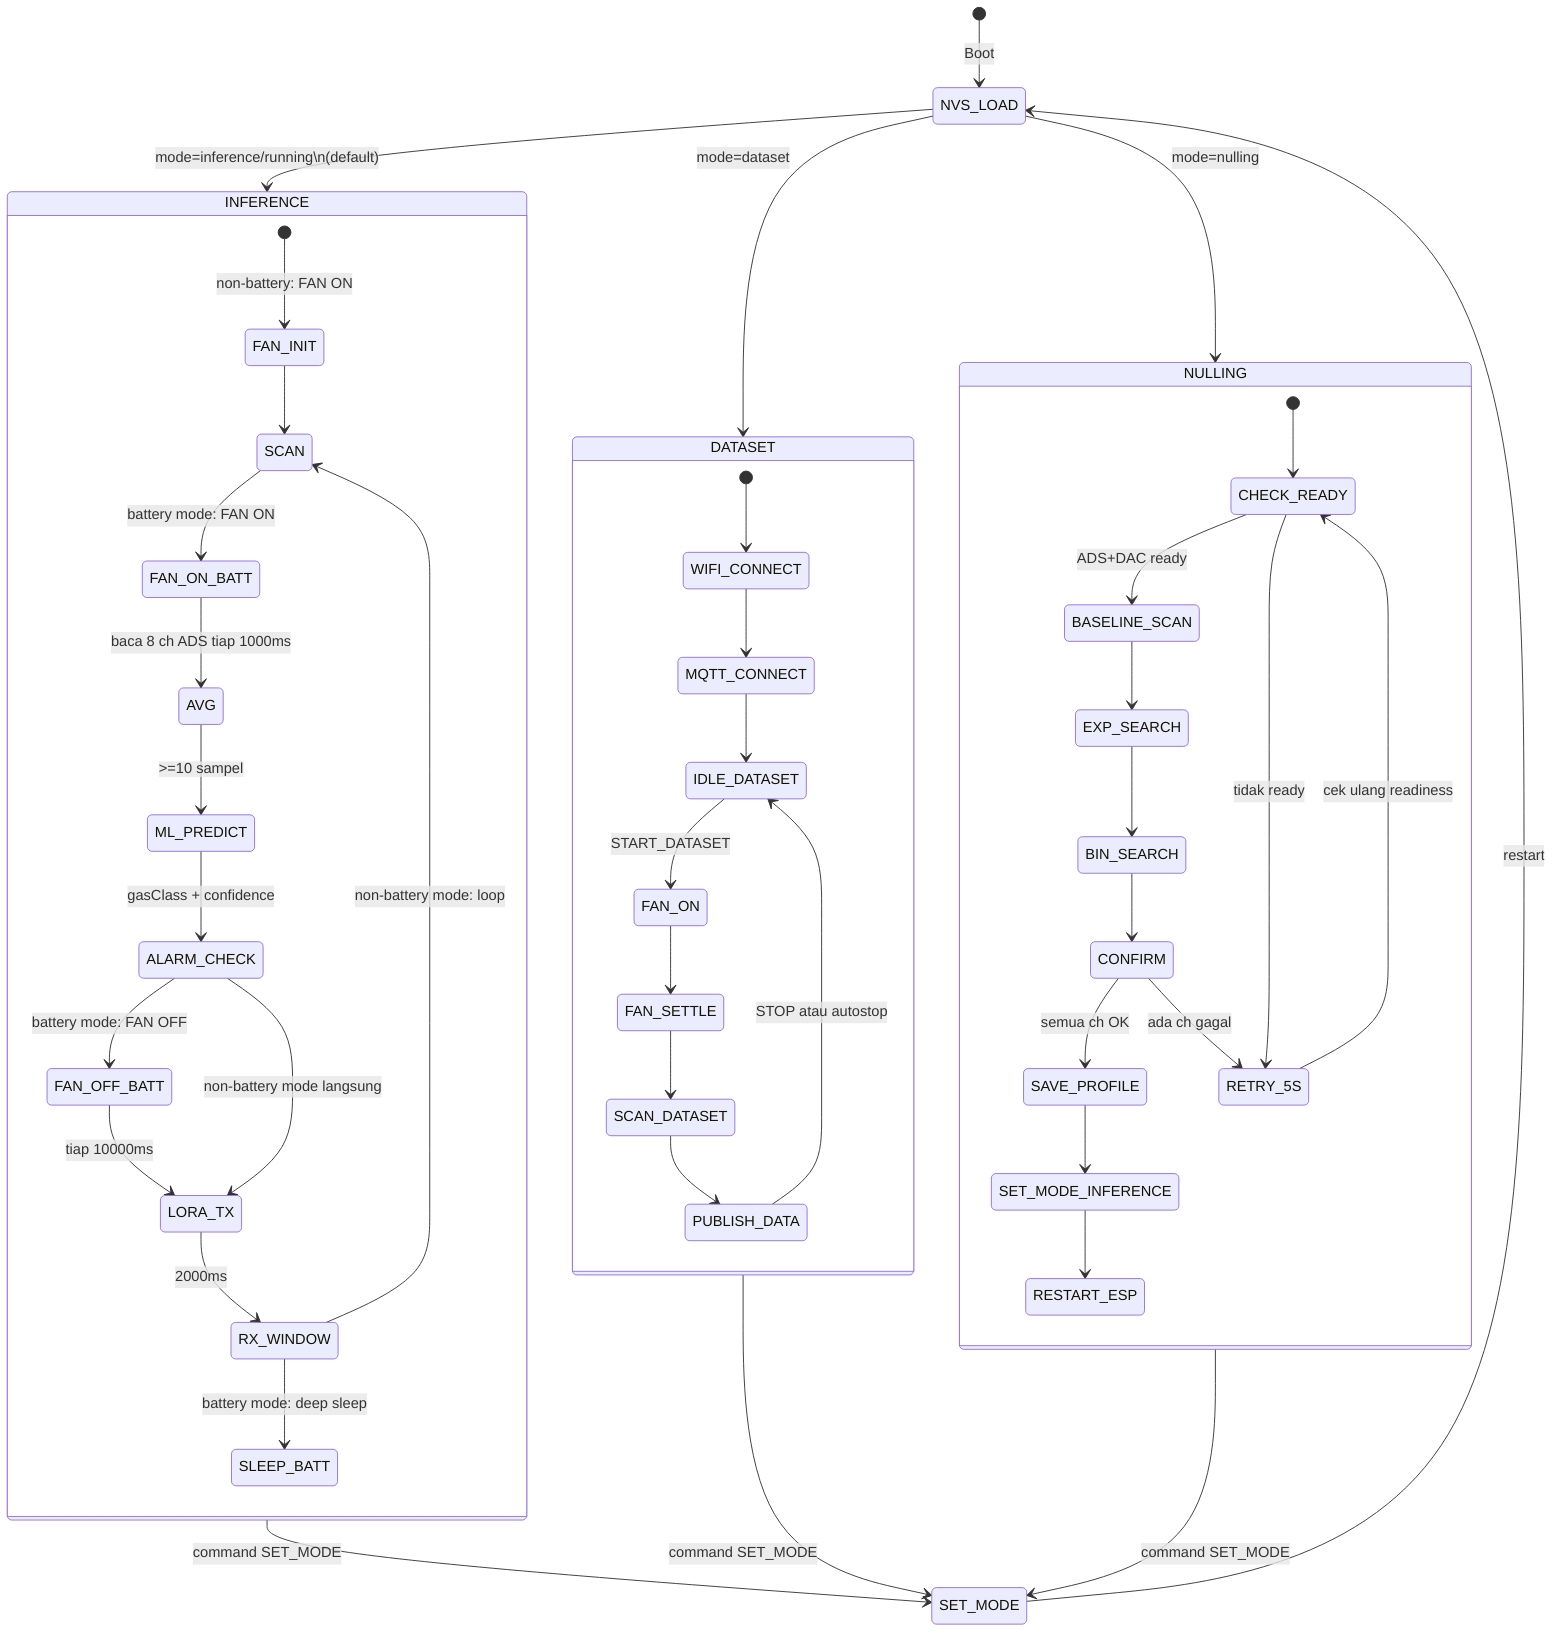
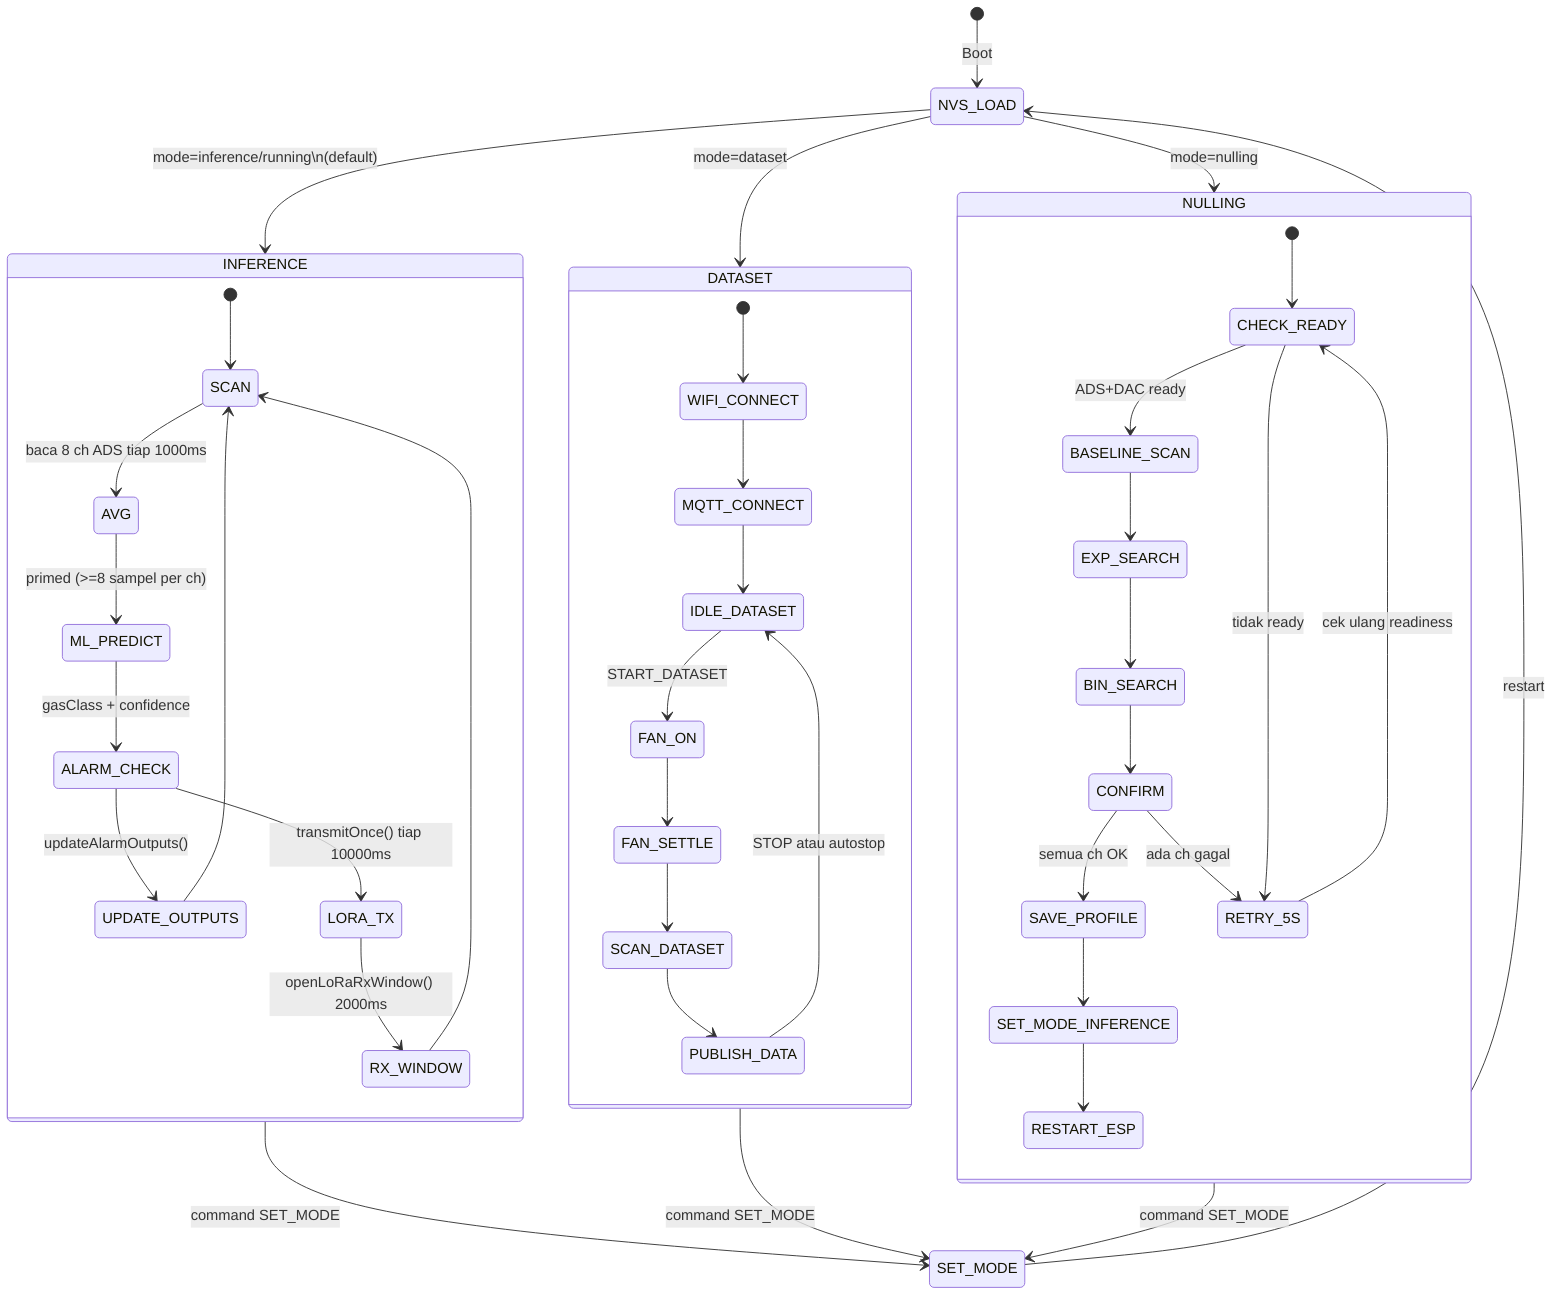
stateDiagram-v2
    [*] --> NVS_LOAD : Boot
    NVS_LOAD --> INFERENCE : mode=inference/running\n(default)
    NVS_LOAD --> DATASET : mode=dataset
    NVS_LOAD --> NULLING : mode=nulling

    state INFERENCE {
-         [*] --> FAN_INIT : non-battery: FAN ON
-         FAN_INIT --> SCAN
-         SCAN --> FAN_ON_BATT : battery mode: FAN ON
-         FAN_ON_BATT --> AVG : baca 8 ch ADS tiap 1000ms
-         AVG --> ML_PREDICT : >=10 sampel
+         [*] --> SCAN
+         SCAN --> AVG : baca 8 ch ADS tiap 1000ms
+         AVG --> ML_PREDICT : primed (>=8 sampel per ch)
        ML_PREDICT --> ALARM_CHECK : gasClass + confidence
-         ALARM_CHECK --> FAN_OFF_BATT : battery mode: FAN OFF
-         FAN_OFF_BATT --> LORA_TX : tiap 10000ms
-         ALARM_CHECK --> LORA_TX : non-battery mode langsung
-         LORA_TX --> RX_WINDOW : 2000ms
-         RX_WINDOW --> SLEEP_BATT : battery mode: deep sleep
-         RX_WINDOW --> SCAN : non-battery mode: loop
+         ALARM_CHECK --> UPDATE_OUTPUTS : updateAlarmOutputs()
+         UPDATE_OUTPUTS --> SCAN
+         ALARM_CHECK --> LORA_TX : transmitOnce() tiap 10000ms
+         LORA_TX --> RX_WINDOW : openLoRaRxWindow() 2000ms
+         RX_WINDOW --> SCAN
    }

    state DATASET {
        [*] --> WIFI_CONNECT
        WIFI_CONNECT --> MQTT_CONNECT
        MQTT_CONNECT --> IDLE_DATASET
        IDLE_DATASET --> FAN_ON : START_DATASET
        FAN_ON --> FAN_SETTLE
        FAN_SETTLE --> SCAN_DATASET
        SCAN_DATASET --> PUBLISH_DATA
        PUBLISH_DATA --> IDLE_DATASET : STOP atau autostop
    }

    state NULLING {
        [*] --> CHECK_READY
        CHECK_READY --> BASELINE_SCAN : ADS+DAC ready
        CHECK_READY --> RETRY_5S : tidak ready
        BASELINE_SCAN --> EXP_SEARCH
        EXP_SEARCH --> BIN_SEARCH
        BIN_SEARCH --> CONFIRM
        CONFIRM --> SAVE_PROFILE : semua ch OK
        SAVE_PROFILE --> SET_MODE_INFERENCE
        SET_MODE_INFERENCE --> RESTART_ESP
        CONFIRM --> RETRY_5S : ada ch gagal
        RETRY_5S --> CHECK_READY : cek ulang readiness
    }

    INFERENCE --> SET_MODE : command SET_MODE
    DATASET --> SET_MODE : command SET_MODE
    NULLING --> SET_MODE : command SET_MODE
    SET_MODE --> NVS_LOAD : restart